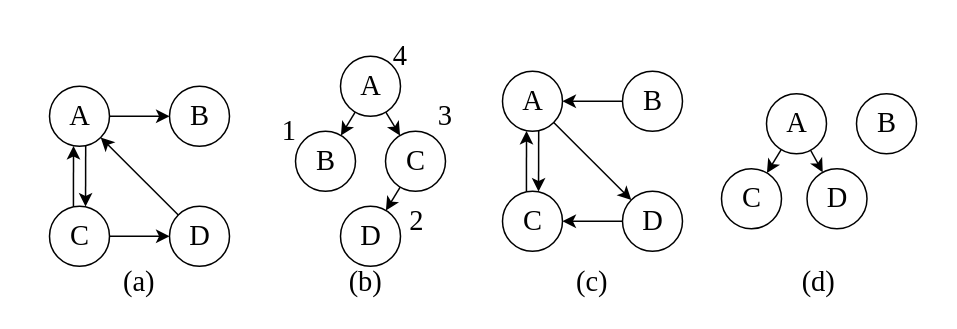
This is 9/9-8.drawio from Wankupi/figures, a draw.io file, before an edit. Source tidied: cells renumbered, new cells numbered last; positions are measured from the earlier drawing's top-left corner, leaving out a move shared by most shapes. Both pictures are drawn from the tidied source at 150%, with x=0, y=0 at pixel (26, 26).
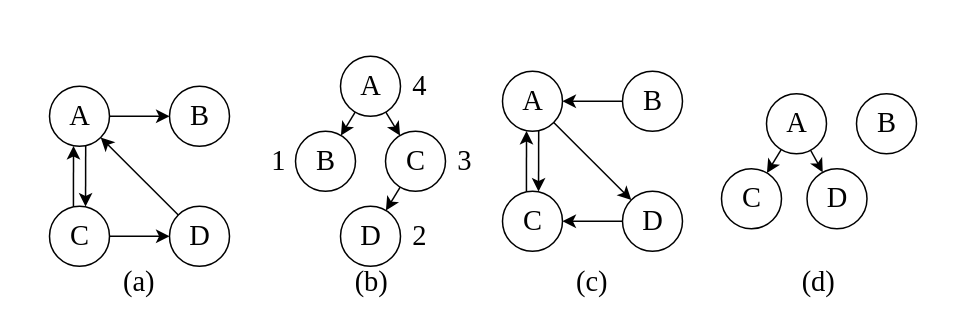
Above is the later version.

Unchanged cells that the change refers to:
```xml
<mxCell id="14" style="group;" parent="13" vertex="1">
  <mxGeometry x="8.5" y="-15" width="134" height="160" as="geometry" />
</mxCell>
```

What changed in the source:
```diff
@@
     <mxCell id="13" value="&lt;font style=&quot;font-size: 19px;&quot; face=&quot;Times New Roman&quot;&gt;(b)&lt;/font&gt;" style="rounded=0;whiteSpace=wrap;html=1;verticalAlign=bottom;strokeColor=none;fontFamily=Times New Roman;fontSize=19;fillColor=none;" parent="1" vertex="1">
-      <mxGeometry x="151" y="15" width="151" height="170" as="geometry" />
+      <mxGeometry x="151" y="15" width="158.5" height="170" as="geometry" />
     </mxCell>
@@
+    <mxCell id="23" value="1" style="text;html=1;align=center;verticalAlign=middle;strokeColor=none;fillColor=none;fontFamily=Times New Roman;fontSize=19;" parent="14" vertex="1">
+      <mxGeometry x="-7" y="70" width="30" height="40" as="geometry" />
+    </mxCell>
     <mxCell id="22" value="4" style="text;html=1;align=center;verticalAlign=middle;strokeColor=none;fillColor=none;fontFamily=Times New Roman;fontSize=19;" parent="14" vertex="1">
-      <mxGeometry x="74" width="30" height="40" as="geometry" />
+      <mxGeometry x="87" y="20" width="30" height="40" as="geometry" />
     </mxCell>
-    <mxCell id="23" value="1" style="text;html=1;align=center;verticalAlign=middle;strokeColor=none;fillColor=none;fontFamily=Times New Roman;fontSize=19;" parent="14" vertex="1">
-      <mxGeometry y="50" width="30" height="40" as="geometry" />
-    </mxCell>
-    <mxCell id="24" value="3" style="text;html=1;align=center;verticalAlign=middle;strokeColor=none;fillColor=none;fontFamily=Times New Roman;fontSize=19;" parent="14" vertex="1">
-      <mxGeometry x="104" y="40" width="30" height="40" as="geometry" />
+    <mxCell id="24" value="3" style="text;html=1;align=center;verticalAlign=middle;strokeColor=none;fillColor=none;fontFamily=Times New Roman;fontSize=19;" parent="13" vertex="1">
+      <mxGeometry x="125.5" y="55" width="30" height="40" as="geometry" />
     </mxCell>
-    <mxCell id="25" value="2" style="text;html=1;align=center;verticalAlign=middle;strokeColor=none;fillColor=none;fontFamily=Times New Roman;fontSize=19;" parent="14" vertex="1">
-      <mxGeometry x="85" y="110" width="30" height="40" as="geometry" />
+    <mxCell id="25" value="2" style="text;html=1;align=center;verticalAlign=middle;strokeColor=none;fillColor=none;fontFamily=Times New Roman;fontSize=19;" parent="13" vertex="1">
+      <mxGeometry x="95.5" y="105" width="30" height="40" as="geometry" />
     </mxCell>
```
